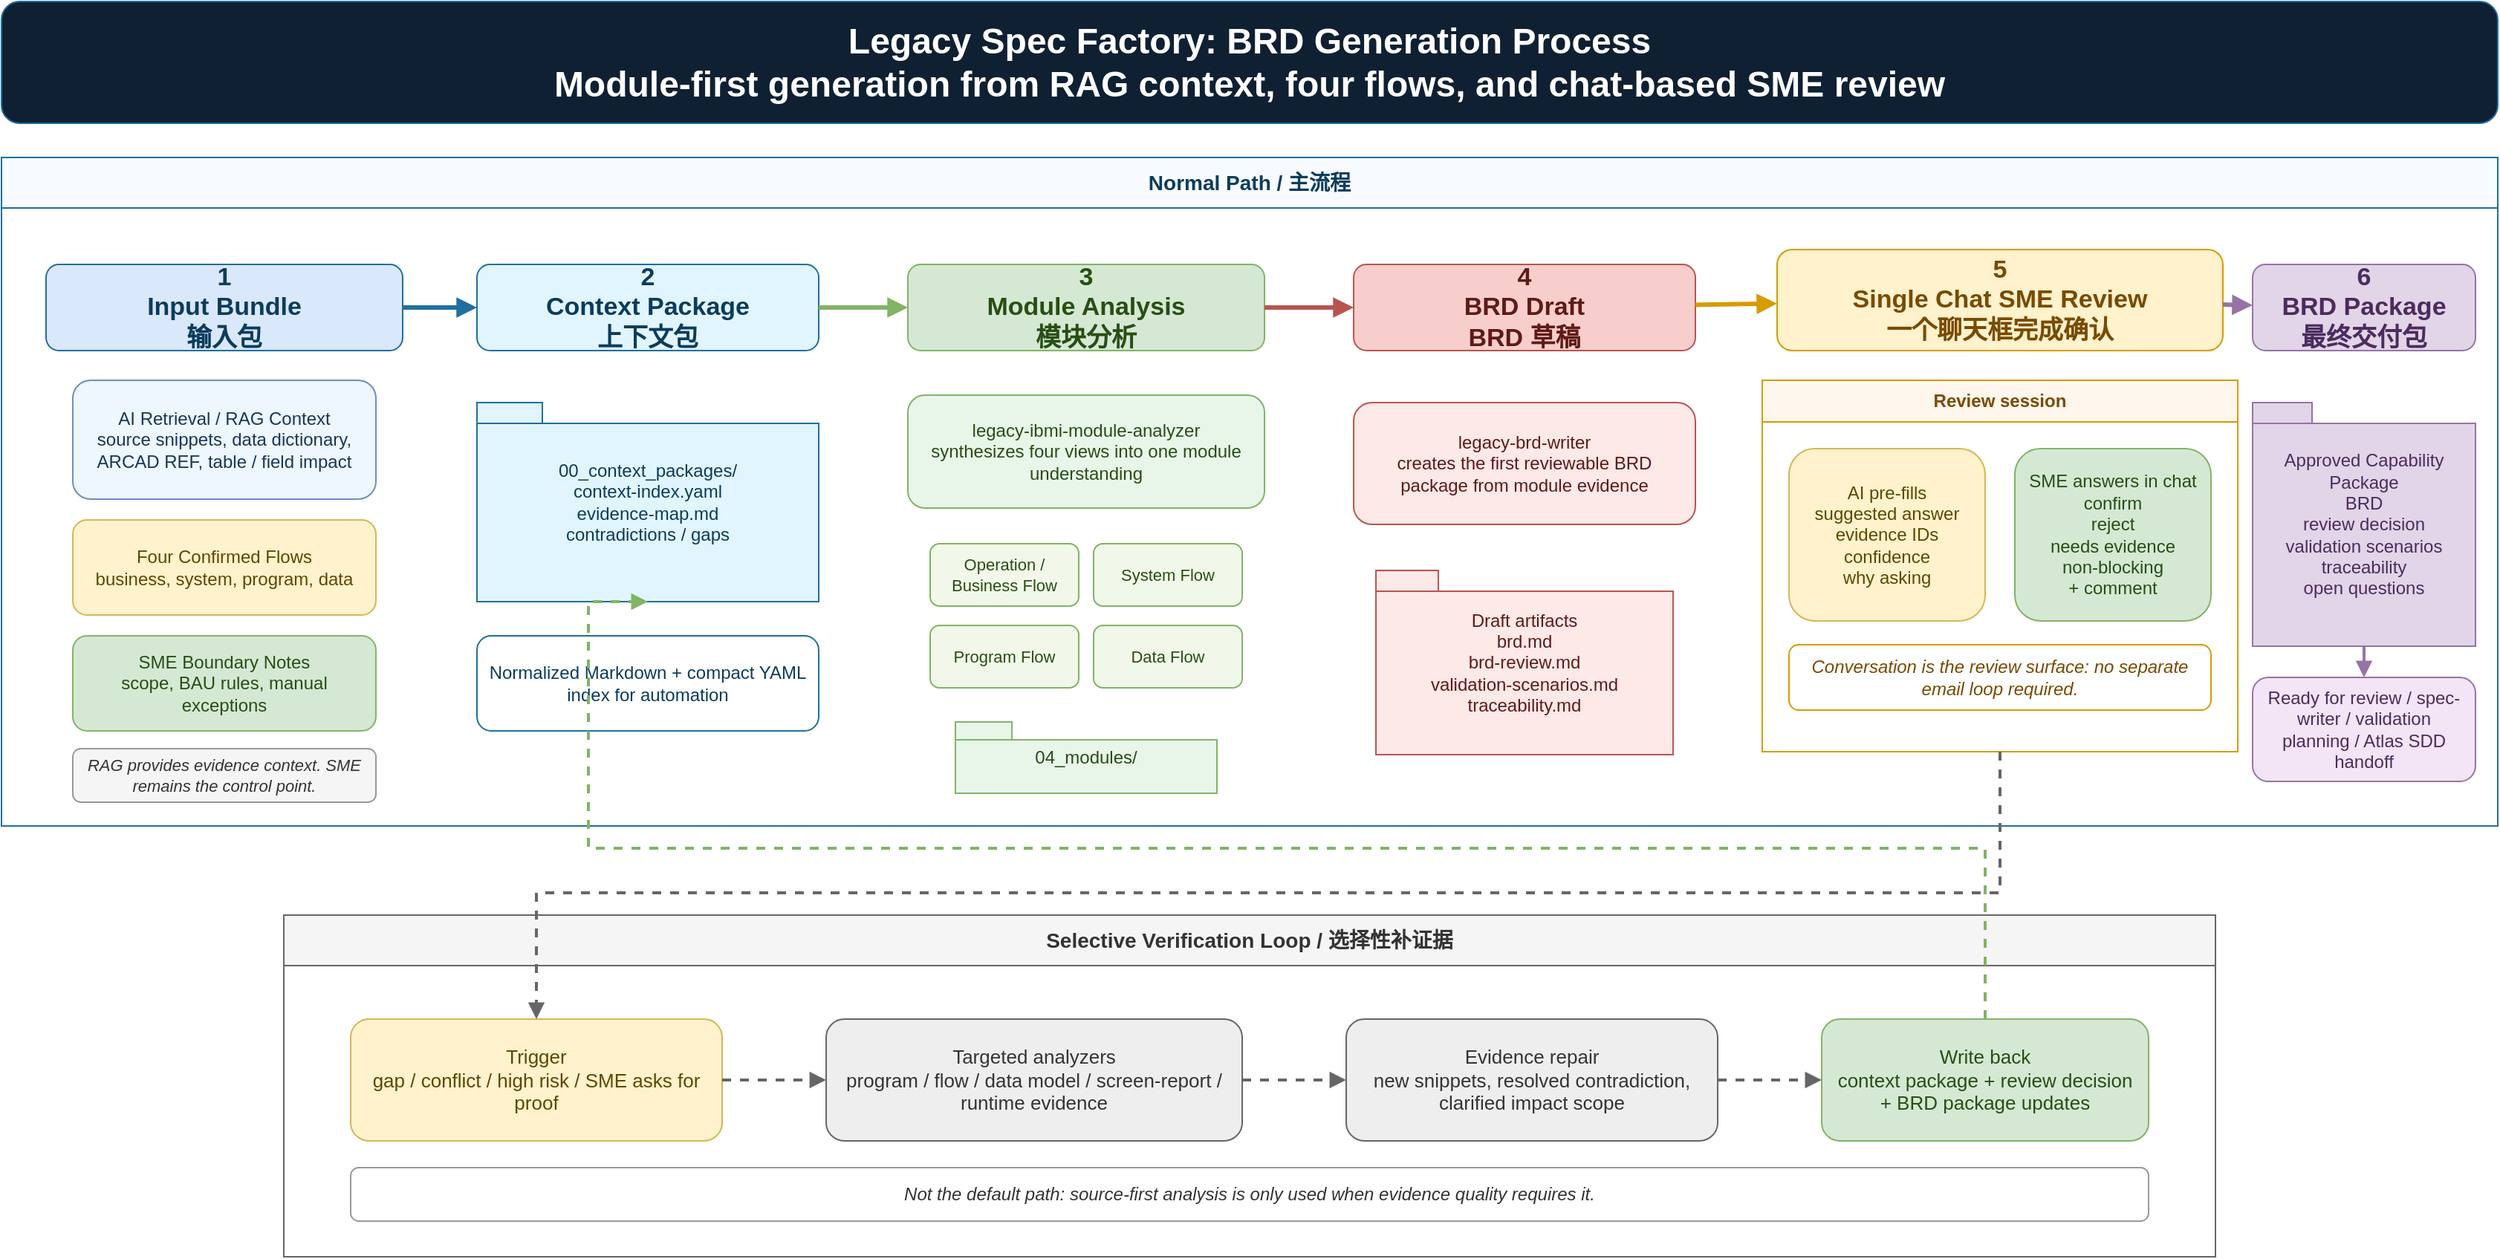
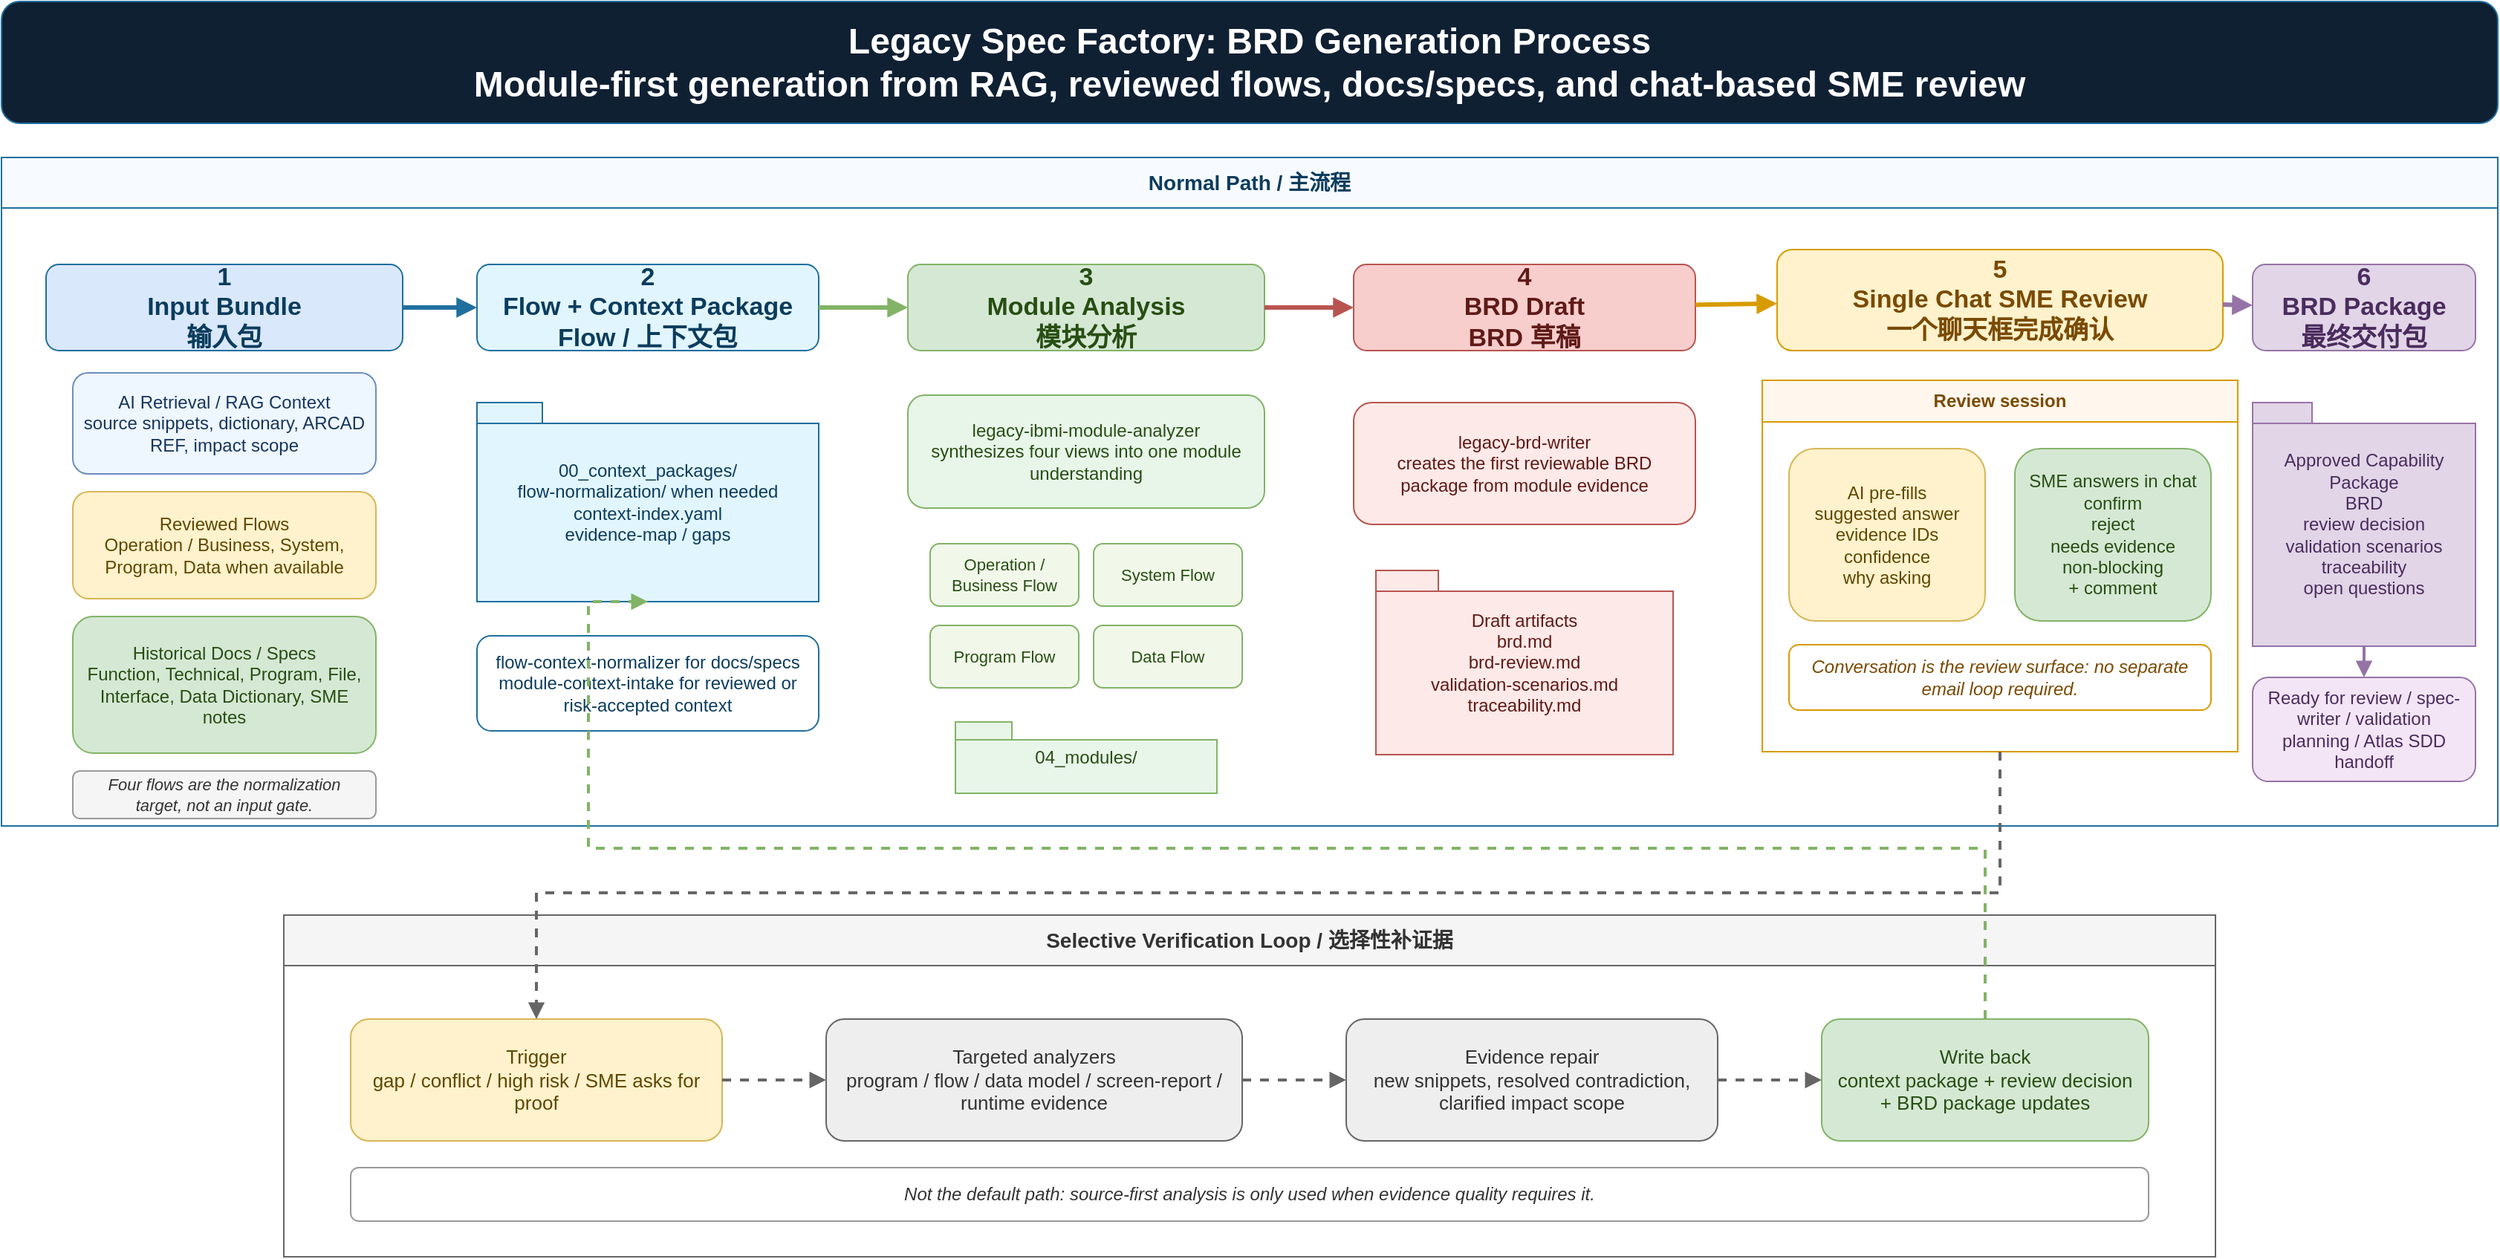
<?xml version="1.0" encoding="UTF-8"?>
<mxfile host="app.diagrams.net" version="30.0.2">
  <diagram id="brd-generation-process" name="BRD Generation Process">
    <mxGraphModel dx="1760" dy="980" grid="1" gridSize="10" guides="1" tooltips="1" connect="1" arrows="1" fold="1" page="1" pageScale="1" pageWidth="1760" pageHeight="980" math="0" shadow="0">
      <root>
        <mxCell id="0" />
        <mxCell id="1" parent="0" />

-         <mxCell id="2" value="Legacy Spec Factory: BRD Generation Process&#xa;Module-first generation from RAG context, four flows, and chat-based SME review" style="rounded=1;whiteSpace=wrap;html=1;fillColor=#102033;strokeColor=#1f6f9f;fontColor=#ffffff;fontSize=24;fontStyle=1;spacing=14;" vertex="1" parent="1">
+         <mxCell id="2" value="Legacy Spec Factory: BRD Generation Process&#xa;Module-first generation from RAG, reviewed flows, docs/specs, and chat-based SME review" style="rounded=1;whiteSpace=wrap;html=1;fillColor=#102033;strokeColor=#1f6f9f;fontColor=#ffffff;fontSize=24;fontStyle=1;spacing=14;" vertex="1" parent="1">
          <mxGeometry x="40" y="20" width="1680" height="82" as="geometry" />
        </mxCell>

        <mxCell id="3" value="Normal Path / 主流程" style="swimlane;html=1;whiteSpace=wrap;startSize=34;fillColor=#f7fbff;strokeColor=#1f6f9f;fontColor=#0b3c5d;fontStyle=1;fontSize=14;" vertex="1" parent="1">
          <mxGeometry x="40" y="125" width="1680" height="450" as="geometry" />
        </mxCell>

        <mxCell id="10" value="1&#xa;Input Bundle&#xa;输入包" style="rounded=1;whiteSpace=wrap;html=1;fillColor=#dae8fc;strokeColor=#1f6f9f;fontColor=#0b3c5d;fontStyle=1;fontSize=17;spacing=10;" vertex="1" parent="3">
          <mxGeometry x="30" y="72" width="240" height="58" as="geometry" />
        </mxCell>
-         <mxCell id="11" value="AI Retrieval / RAG Context&#xa;source snippets, data dictionary, ARCAD REF, table / field impact" style="rounded=1;whiteSpace=wrap;html=1;fillColor=#eef6ff;strokeColor=#6c8ebf;fontColor=#17365d;fontSize=12;spacing=8;" vertex="1" parent="3">
-           <mxGeometry x="48" y="150" width="204" height="80" as="geometry" />
+         <mxCell id="11" value="AI Retrieval / RAG Context&#xa;source snippets, dictionary, ARCAD REF, impact scope" style="rounded=1;whiteSpace=wrap;html=1;fillColor=#eef6ff;strokeColor=#6c8ebf;fontColor=#17365d;fontSize=12;spacing=8;" vertex="1" parent="3">
+           <mxGeometry x="48" y="145" width="204" height="68" as="geometry" />
        </mxCell>
-         <mxCell id="12" value="Four Confirmed Flows&#xa;business, system, program, data" style="rounded=1;whiteSpace=wrap;html=1;fillColor=#fff2cc;strokeColor=#d6b656;fontColor=#5f4700;fontSize=12;spacing=8;" vertex="1" parent="3">
-           <mxGeometry x="48" y="244" width="204" height="64" as="geometry" />
+         <mxCell id="12" value="Reviewed Flows&#xa;Operation / Business, System, Program, Data when available" style="rounded=1;whiteSpace=wrap;html=1;fillColor=#fff2cc;strokeColor=#d6b656;fontColor=#5f4700;fontSize=12;spacing=8;" vertex="1" parent="3">
+           <mxGeometry x="48" y="225" width="204" height="72" as="geometry" />
        </mxCell>
-         <mxCell id="13" value="SME Boundary Notes&#xa;scope, BAU rules, manual exceptions" style="rounded=1;whiteSpace=wrap;html=1;fillColor=#d5e8d4;strokeColor=#82b366;fontColor=#274e13;fontSize=12;spacing=8;" vertex="1" parent="3">
-           <mxGeometry x="48" y="322" width="204" height="64" as="geometry" />
+         <mxCell id="13" value="Historical Docs / Specs&#xa;Function, Technical, Program, File, Interface, Data Dictionary, SME notes" style="rounded=1;whiteSpace=wrap;html=1;fillColor=#d5e8d4;strokeColor=#82b366;fontColor=#274e13;fontSize=12;spacing=8;" vertex="1" parent="3">
+           <mxGeometry x="48" y="309" width="204" height="92" as="geometry" />
        </mxCell>
-         <mxCell id="14" value="RAG provides evidence context. SME remains the control point." style="rounded=1;whiteSpace=wrap;html=1;fillColor=#f5f5f5;strokeColor=#999999;fontColor=#333333;fontSize=11;fontStyle=2;spacing=8;" vertex="1" parent="3">
-           <mxGeometry x="48" y="398" width="204" height="36" as="geometry" />
+         <mxCell id="14" value="Four flows are the normalization target, not an input gate." style="rounded=1;whiteSpace=wrap;html=1;fillColor=#f5f5f5;strokeColor=#999999;fontColor=#333333;fontSize=11;fontStyle=2;spacing=8;" vertex="1" parent="3">
+           <mxGeometry x="48" y="413" width="204" height="32" as="geometry" />
        </mxCell>

-         <mxCell id="20" value="2&#xa;Context Package&#xa;上下文包" style="rounded=1;whiteSpace=wrap;html=1;fillColor=#e1f5fe;strokeColor=#1f6f9f;fontColor=#0b3c5d;fontStyle=1;fontSize=17;spacing=10;" vertex="1" parent="3">
+         <mxCell id="20" value="2&#xa;Flow + Context Package&#xa;Flow / 上下文包" style="rounded=1;whiteSpace=wrap;html=1;fillColor=#e1f5fe;strokeColor=#1f6f9f;fontColor=#0b3c5d;fontStyle=1;fontSize=17;spacing=10;" vertex="1" parent="3">
          <mxGeometry x="320" y="72" width="230" height="58" as="geometry" />
        </mxCell>
-         <mxCell id="21" value="00_context_packages/&lt;MODULE&gt;&#xa;context-index.yaml&#xa;evidence-map.md&#xa;contradictions / gaps" style="shape=folder;tabWidth=44;tabHeight=14;tabPosition=left;html=1;whiteSpace=wrap;fillColor=#e1f5fe;strokeColor=#1f6f9f;fontColor=#0b3c5d;fontSize=12;spacing=8;" vertex="1" parent="3">
+         <mxCell id="21" value="00_context_packages/&lt;MODULE&gt;&#xa;flow-normalization/ when needed&#xa;context-index.yaml&#xa;evidence-map / gaps" style="shape=folder;tabWidth=44;tabHeight=14;tabPosition=left;html=1;whiteSpace=wrap;fillColor=#e1f5fe;strokeColor=#1f6f9f;fontColor=#0b3c5d;fontSize=12;spacing=8;" vertex="1" parent="3">
          <mxGeometry x="320" y="165" width="230" height="134" as="geometry" />
        </mxCell>
-         <mxCell id="22" value="Normalized Markdown + compact YAML index for automation" style="rounded=1;whiteSpace=wrap;html=1;fillColor=#ffffff;strokeColor=#1f6f9f;fontColor=#0b3c5d;fontSize=12;spacing=8;" vertex="1" parent="3">
+         <mxCell id="22" value="flow-context-normalizer for docs/specs&#xa;module-context-intake for reviewed or risk-accepted context" style="rounded=1;whiteSpace=wrap;html=1;fillColor=#ffffff;strokeColor=#1f6f9f;fontColor=#0b3c5d;fontSize=12;spacing=8;" vertex="1" parent="3">
          <mxGeometry x="320" y="322" width="230" height="64" as="geometry" />
        </mxCell>

        <mxCell id="30" value="3&#xa;Module Analysis&#xa;模块分析" style="rounded=1;whiteSpace=wrap;html=1;fillColor=#d5e8d4;strokeColor=#82b366;fontColor=#274e13;fontStyle=1;fontSize=17;spacing=10;" vertex="1" parent="3">
          <mxGeometry x="610" y="72" width="240" height="58" as="geometry" />
        </mxCell>
        <mxCell id="31" value="legacy-ibmi-module-analyzer&#xa;synthesizes four views into one module understanding" style="rounded=1;whiteSpace=wrap;html=1;fillColor=#e8f5e9;strokeColor=#82b366;fontColor=#274e13;fontSize=12;spacing=8;" vertex="1" parent="3">
          <mxGeometry x="610" y="160" width="240" height="76" as="geometry" />
        </mxCell>
        <mxCell id="32" value="Operation / Business Flow" style="rounded=1;whiteSpace=wrap;html=1;fillColor=#f1f8e9;strokeColor=#82b366;fontColor=#274e13;fontSize=11;" vertex="1" parent="3">
          <mxGeometry x="625" y="260" width="100" height="42" as="geometry" />
        </mxCell>
        <mxCell id="33" value="System Flow" style="rounded=1;whiteSpace=wrap;html=1;fillColor=#f1f8e9;strokeColor=#82b366;fontColor=#274e13;fontSize=11;" vertex="1" parent="3">
          <mxGeometry x="735" y="260" width="100" height="42" as="geometry" />
        </mxCell>
        <mxCell id="34" value="Program Flow" style="rounded=1;whiteSpace=wrap;html=1;fillColor=#f1f8e9;strokeColor=#82b366;fontColor=#274e13;fontSize=11;" vertex="1" parent="3">
          <mxGeometry x="625" y="315" width="100" height="42" as="geometry" />
        </mxCell>
        <mxCell id="35" value="Data Flow" style="rounded=1;whiteSpace=wrap;html=1;fillColor=#f1f8e9;strokeColor=#82b366;fontColor=#274e13;fontSize=11;" vertex="1" parent="3">
          <mxGeometry x="735" y="315" width="100" height="42" as="geometry" />
        </mxCell>
        <mxCell id="36" value="04_modules/&lt;MODULE&gt;" style="shape=folder;tabWidth=38;tabHeight=12;tabPosition=left;html=1;whiteSpace=wrap;fillColor=#e8f5e9;strokeColor=#82b366;fontColor=#274e13;fontSize=12;spacing=8;" vertex="1" parent="3">
          <mxGeometry x="642" y="380" width="176" height="48" as="geometry" />
        </mxCell>

        <mxCell id="40" value="4&#xa;BRD Draft&#xa;BRD 草稿" style="rounded=1;whiteSpace=wrap;html=1;fillColor=#f8cecc;strokeColor=#b85450;fontColor=#5f1a17;fontStyle=1;fontSize=17;spacing=10;" vertex="1" parent="3">
          <mxGeometry x="910" y="72" width="230" height="58" as="geometry" />
        </mxCell>
        <mxCell id="41" value="legacy-brd-writer&#xa;creates the first reviewable BRD package from module evidence" style="rounded=1;whiteSpace=wrap;html=1;fillColor=#fde9e7;strokeColor=#b85450;fontColor=#5f1a17;fontSize=12;spacing=8;" vertex="1" parent="3">
          <mxGeometry x="910" y="165" width="230" height="82" as="geometry" />
        </mxCell>
        <mxCell id="42" value="Draft artifacts&#xa;brd.md&#xa;brd-review.md&#xa;validation-scenarios.md&#xa;traceability.md" style="shape=folder;tabWidth=42;tabHeight=14;tabPosition=left;html=1;whiteSpace=wrap;fillColor=#fde9e7;strokeColor=#b85450;fontColor=#5f1a17;fontSize=12;spacing=8;" vertex="1" parent="3">
          <mxGeometry x="925" y="278" width="200" height="124" as="geometry" />
        </mxCell>

        <mxCell id="50" value="5&#xa;Single Chat SME Review&#xa;一个聊天框完成确认" style="rounded=1;whiteSpace=wrap;html=1;fillColor=#fff2cc;strokeColor=#d79b00;fontColor=#7a4a00;fontStyle=1;fontSize=17;spacing=10;" vertex="1" parent="3">
          <mxGeometry x="1195" y="62" width="300" height="68" as="geometry" />
        </mxCell>
        <mxCell id="51" value="Review session" style="swimlane;html=1;whiteSpace=wrap;startSize=28;fillColor=#fff7ed;strokeColor=#d79b00;fontColor=#7a4a00;fontStyle=1;fontSize=12;" vertex="1" parent="3">
          <mxGeometry x="1185" y="150" width="320" height="250" as="geometry" />
        </mxCell>
        <mxCell id="52" value="AI pre-fills&#xa;suggested answer&#xa;evidence IDs&#xa;confidence&#xa;why asking" style="rounded=1;whiteSpace=wrap;html=1;fillColor=#fff2cc;strokeColor=#d6b656;fontColor=#5f4700;fontSize=12;spacing=8;" vertex="1" parent="51">
          <mxGeometry x="18" y="46" width="132" height="116" as="geometry" />
        </mxCell>
        <mxCell id="53" value="SME answers in chat&#xa;confirm&#xa;reject&#xa;needs evidence&#xa;non-blocking&#xa;+ comment" style="rounded=1;whiteSpace=wrap;html=1;fillColor=#d5e8d4;strokeColor=#82b366;fontColor=#274e13;fontSize=12;spacing=8;" vertex="1" parent="51">
          <mxGeometry x="170" y="46" width="132" height="116" as="geometry" />
        </mxCell>
        <mxCell id="54" value="Conversation is the review surface: no separate email loop required." style="rounded=1;whiteSpace=wrap;html=1;fillColor=#ffffff;strokeColor=#d79b00;fontColor=#7a4a00;fontSize=12;fontStyle=2;spacing=8;" vertex="1" parent="51">
          <mxGeometry x="18" y="178" width="284" height="44" as="geometry" />
        </mxCell>

        <mxCell id="60" value="6&#xa;BRD Package&#xa;最终交付包" style="rounded=1;whiteSpace=wrap;html=1;fillColor=#e1d5e7;strokeColor=#9673a6;fontColor=#4b2c5e;fontStyle=1;fontSize=17;spacing=10;" vertex="1" parent="3">
          <mxGeometry x="1515" y="72" width="150" height="58" as="geometry" />
        </mxCell>
        <mxCell id="61" value="Approved Capability Package&#xa;BRD&#xa;review decision&#xa;validation scenarios&#xa;traceability&#xa;open questions" style="shape=folder;tabWidth=40;tabHeight=14;tabPosition=left;html=1;whiteSpace=wrap;fillColor=#e1d5e7;strokeColor=#9673a6;fontColor=#4b2c5e;fontSize=12;spacing=8;" vertex="1" parent="3">
          <mxGeometry x="1515" y="165" width="150" height="164" as="geometry" />
        </mxCell>
        <mxCell id="62" value="Ready for review / spec-writer / validation planning / Atlas SDD handoff" style="rounded=1;whiteSpace=wrap;html=1;fillColor=#f3e5f5;strokeColor=#9673a6;fontColor=#4b2c5e;fontSize=12;spacing=8;" vertex="1" parent="3">
          <mxGeometry x="1515" y="350" width="150" height="70" as="geometry" />
        </mxCell>

        <mxCell id="70" value="" style="endArrow=block;html=1;rounded=0;strokeColor=#1f6f9f;strokeWidth=3;" edge="1" parent="3" source="10" target="20">
          <mxGeometry relative="1" as="geometry" />
        </mxCell>
        <mxCell id="71" value="" style="endArrow=block;html=1;rounded=0;strokeColor=#82b366;strokeWidth=3;" edge="1" parent="3" source="20" target="30">
          <mxGeometry relative="1" as="geometry" />
        </mxCell>
        <mxCell id="72" value="" style="endArrow=block;html=1;rounded=0;strokeColor=#b85450;strokeWidth=3;" edge="1" parent="3" source="30" target="40">
          <mxGeometry relative="1" as="geometry" />
        </mxCell>
        <mxCell id="73" value="" style="endArrow=block;html=1;rounded=0;strokeColor=#d79b00;strokeWidth=3;fontColor=#7a4a00;" edge="1" parent="3" source="40" target="50">
          <mxGeometry relative="1" as="geometry" />
        </mxCell>
        <mxCell id="74" value="" style="endArrow=block;html=1;rounded=0;strokeColor=#9673a6;strokeWidth=3;fontColor=#4b2c5e;" edge="1" parent="3" source="50" target="60">
          <mxGeometry relative="1" as="geometry" />
        </mxCell>
        <mxCell id="75" value="" style="endArrow=block;html=1;rounded=0;strokeColor=#9673a6;strokeWidth=2;" edge="1" parent="3" source="61" target="62">
          <mxGeometry relative="1" as="geometry" />
        </mxCell>

        <mxCell id="80" value="Selective Verification Loop / 选择性补证据" style="swimlane;html=1;whiteSpace=wrap;startSize=34;fillColor=#f5f5f5;strokeColor=#666666;fontColor=#333333;fontStyle=1;fontSize=14;" vertex="1" parent="1">
          <mxGeometry x="230" y="635" width="1300" height="230" as="geometry" />
        </mxCell>
        <mxCell id="81" value="Trigger&#xa;gap / conflict / high risk / SME asks for proof" style="rounded=1;whiteSpace=wrap;html=1;fillColor=#fff2cc;strokeColor=#d6b656;fontColor=#5f4700;fontSize=13;spacing=8;" vertex="1" parent="80">
          <mxGeometry x="45" y="70" width="250" height="82" as="geometry" />
        </mxCell>
        <mxCell id="82" value="Targeted analyzers&#xa;program / flow / data model / screen-report / runtime evidence" style="rounded=1;whiteSpace=wrap;html=1;fillColor=#eeeeee;strokeColor=#666666;fontColor=#333333;fontSize=13;spacing=8;" vertex="1" parent="80">
          <mxGeometry x="365" y="70" width="280" height="82" as="geometry" />
        </mxCell>
        <mxCell id="83" value="Evidence repair&#xa;new snippets, resolved contradiction, clarified impact scope" style="rounded=1;whiteSpace=wrap;html=1;fillColor=#eeeeee;strokeColor=#666666;fontColor=#333333;fontSize=13;spacing=8;" vertex="1" parent="80">
          <mxGeometry x="715" y="70" width="250" height="82" as="geometry" />
        </mxCell>
        <mxCell id="84" value="Write back&#xa;context package + review decision + BRD package updates" style="rounded=1;whiteSpace=wrap;html=1;fillColor=#d5e8d4;strokeColor=#82b366;fontColor=#274e13;fontSize=13;spacing=8;" vertex="1" parent="80">
          <mxGeometry x="1035" y="70" width="220" height="82" as="geometry" />
        </mxCell>
        <mxCell id="85" value="Not the default path: source-first analysis is only used when evidence quality requires it." style="rounded=1;whiteSpace=wrap;html=1;fillColor=#ffffff;strokeColor=#999999;fontColor=#333333;fontSize=12;fontStyle=2;spacing=8;" vertex="1" parent="80">
          <mxGeometry x="45" y="170" width="1210" height="36" as="geometry" />
        </mxCell>

        <mxCell id="90" value="" style="endArrow=block;html=1;rounded=0;dashed=1;strokeColor=#666666;strokeWidth=2;" edge="1" parent="80" source="81" target="82">
          <mxGeometry relative="1" as="geometry" />
        </mxCell>
        <mxCell id="91" value="" style="endArrow=block;html=1;rounded=0;dashed=1;strokeColor=#666666;strokeWidth=2;" edge="1" parent="80" source="82" target="83">
          <mxGeometry relative="1" as="geometry" />
        </mxCell>
        <mxCell id="92" value="" style="endArrow=block;html=1;rounded=0;dashed=1;strokeColor=#666666;strokeWidth=2;" edge="1" parent="80" source="83" target="84">
          <mxGeometry relative="1" as="geometry" />
        </mxCell>
        <mxCell id="93" value="" style="edgeStyle=orthogonalEdgeStyle;endArrow=block;html=1;rounded=0;dashed=1;strokeColor=#666666;strokeWidth=2;fontColor=#333333;entryX=0.5;entryY=0;exitX=0.5;exitY=1;" edge="1" parent="1" source="51" target="81">
          <mxGeometry relative="1" as="geometry">
            <Array as="points">
              <mxPoint x="1385" y="620" />
              <mxPoint x="400" y="620" />
            </Array>
          </mxGeometry>
        </mxCell>
        <mxCell id="94" value="" style="edgeStyle=orthogonalEdgeStyle;endArrow=block;html=1;rounded=0;dashed=1;strokeColor=#82b366;strokeWidth=2;fontColor=#274e13;entryX=0.5;entryY=1;exitX=0.5;exitY=0;" edge="1" parent="1" source="84" target="21">
          <mxGeometry relative="1" as="geometry">
            <Array as="points">
              <mxPoint x="1375" y="590" />
              <mxPoint x="435" y="590" />
            </Array>
          </mxGeometry>
        </mxCell>
      </root>
    </mxGraphModel>
  </diagram>
</mxfile>
